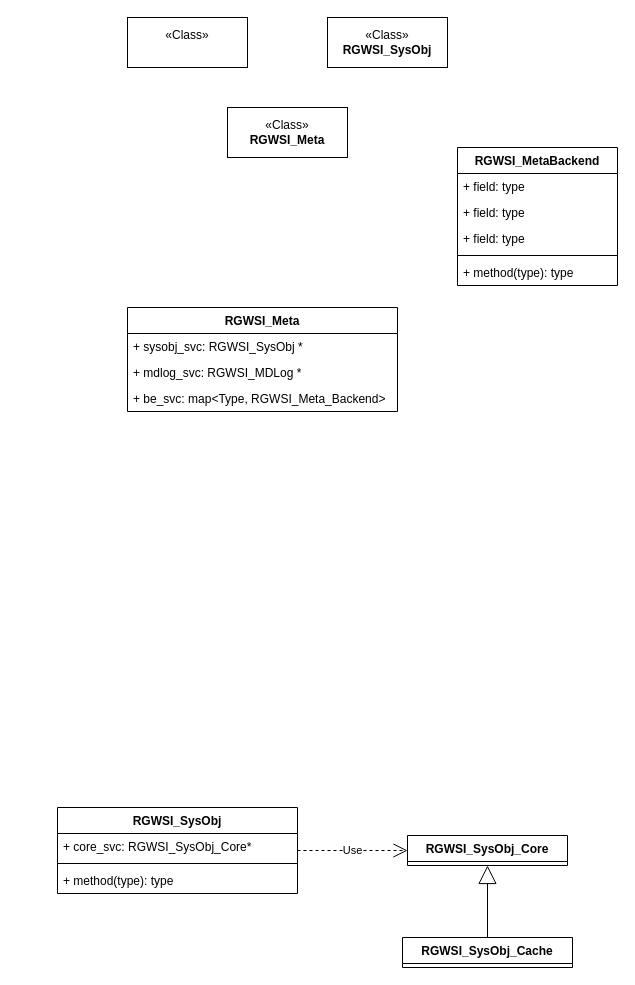
The draw.io diagram page "rgw -- service" (5 of 7) of leveldb.drawio in liutimo/images_bed, before the edit. Source tidied: cells renumbered, new cells numbered last; positions are measured from the earlier drawing's top-left corner, leaving out a move shared by most shapes. Both pictures are drawn from the tidied source at 100%, with x=0, y=0 at pixel (57, 17).
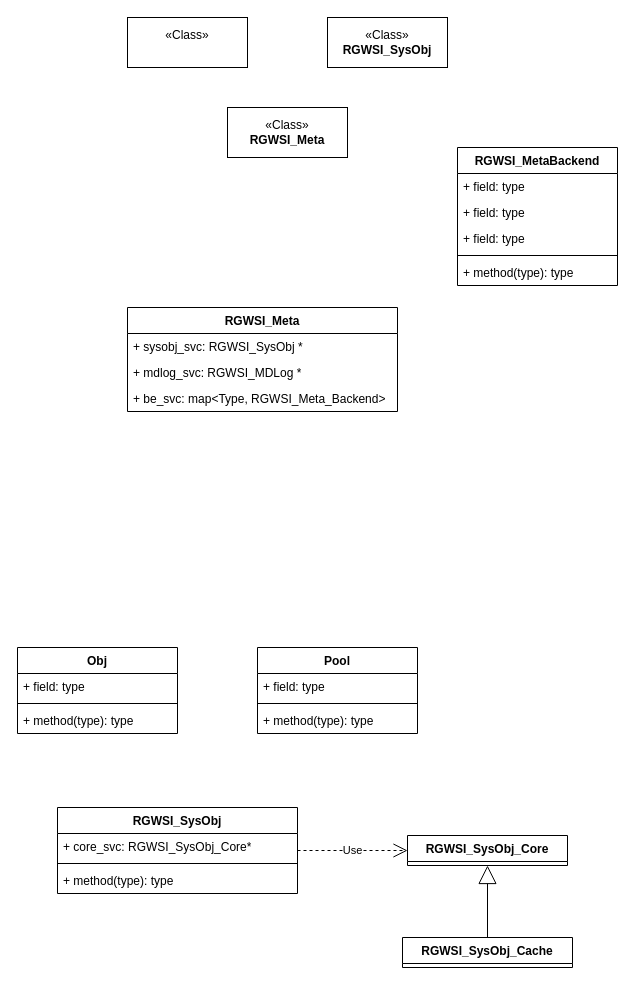
Above is the later version.

The edit, as a diff of the source:
```diff
@@
+    <mxCell id="23" value="Obj" style="swimlane;fontStyle=1;align=center;verticalAlign=top;horizontal=1;startSize=26;whiteSpace=wrap;html=1;" parent="1" vertex="1">
+      <mxGeometry x="-40" y="630" width="160" height="86" as="geometry" />
+    </mxCell>
+    <mxCell id="24" value="+ field: type" style="text;strokeColor=none;fillColor=none;align=left;verticalAlign=top;spacingLeft=4;spacingRight=4;overflow=hidden;whiteSpace=wrap;html=1;" parent="23" vertex="1">
+      <mxGeometry y="26" width="160" height="26" as="geometry" />
+    </mxCell>
+    <mxCell id="25" style="line;strokeWidth=1;fillColor=none;align=left;verticalAlign=middle;spacingTop=-1;spacingLeft=3;spacingRight=3;labelPosition=right;strokeColor=inherit;" parent="23" vertex="1">
+      <mxGeometry y="52" width="160" height="8" as="geometry" />
+    </mxCell>
+    <mxCell id="26" value="+ method(type): type" style="text;strokeColor=none;fillColor=none;align=left;verticalAlign=top;spacingLeft=4;spacingRight=4;overflow=hidden;whiteSpace=wrap;html=1;" parent="23" vertex="1">
+      <mxGeometry y="60" width="160" height="26" as="geometry" />
+    </mxCell>
+    <mxCell id="27" value="Pool" style="swimlane;fontStyle=1;align=center;verticalAlign=top;horizontal=1;startSize=26;whiteSpace=wrap;html=1;" parent="1" vertex="1">
+      <mxGeometry x="200" y="630" width="160" height="86" as="geometry" />
+    </mxCell>
+    <mxCell id="28" value="+ field: type" style="text;strokeColor=none;fillColor=none;align=left;verticalAlign=top;spacingLeft=4;spacingRight=4;overflow=hidden;whiteSpace=wrap;html=1;" parent="27" vertex="1">
+      <mxGeometry y="26" width="160" height="26" as="geometry" />
+    </mxCell>
+    <mxCell id="29" style="line;strokeWidth=1;fillColor=none;align=left;verticalAlign=middle;spacingTop=-1;spacingLeft=3;spacingRight=3;labelPosition=right;strokeColor=inherit;" parent="27" vertex="1">
+      <mxGeometry y="52" width="160" height="8" as="geometry" />
+    </mxCell>
+    <mxCell id="30" value="+ method(type): type" style="text;strokeColor=none;fillColor=none;align=left;verticalAlign=top;spacingLeft=4;spacingRight=4;overflow=hidden;whiteSpace=wrap;html=1;" parent="27" vertex="1">
+      <mxGeometry y="60" width="160" height="26" as="geometry" />
+    </mxCell>
```
